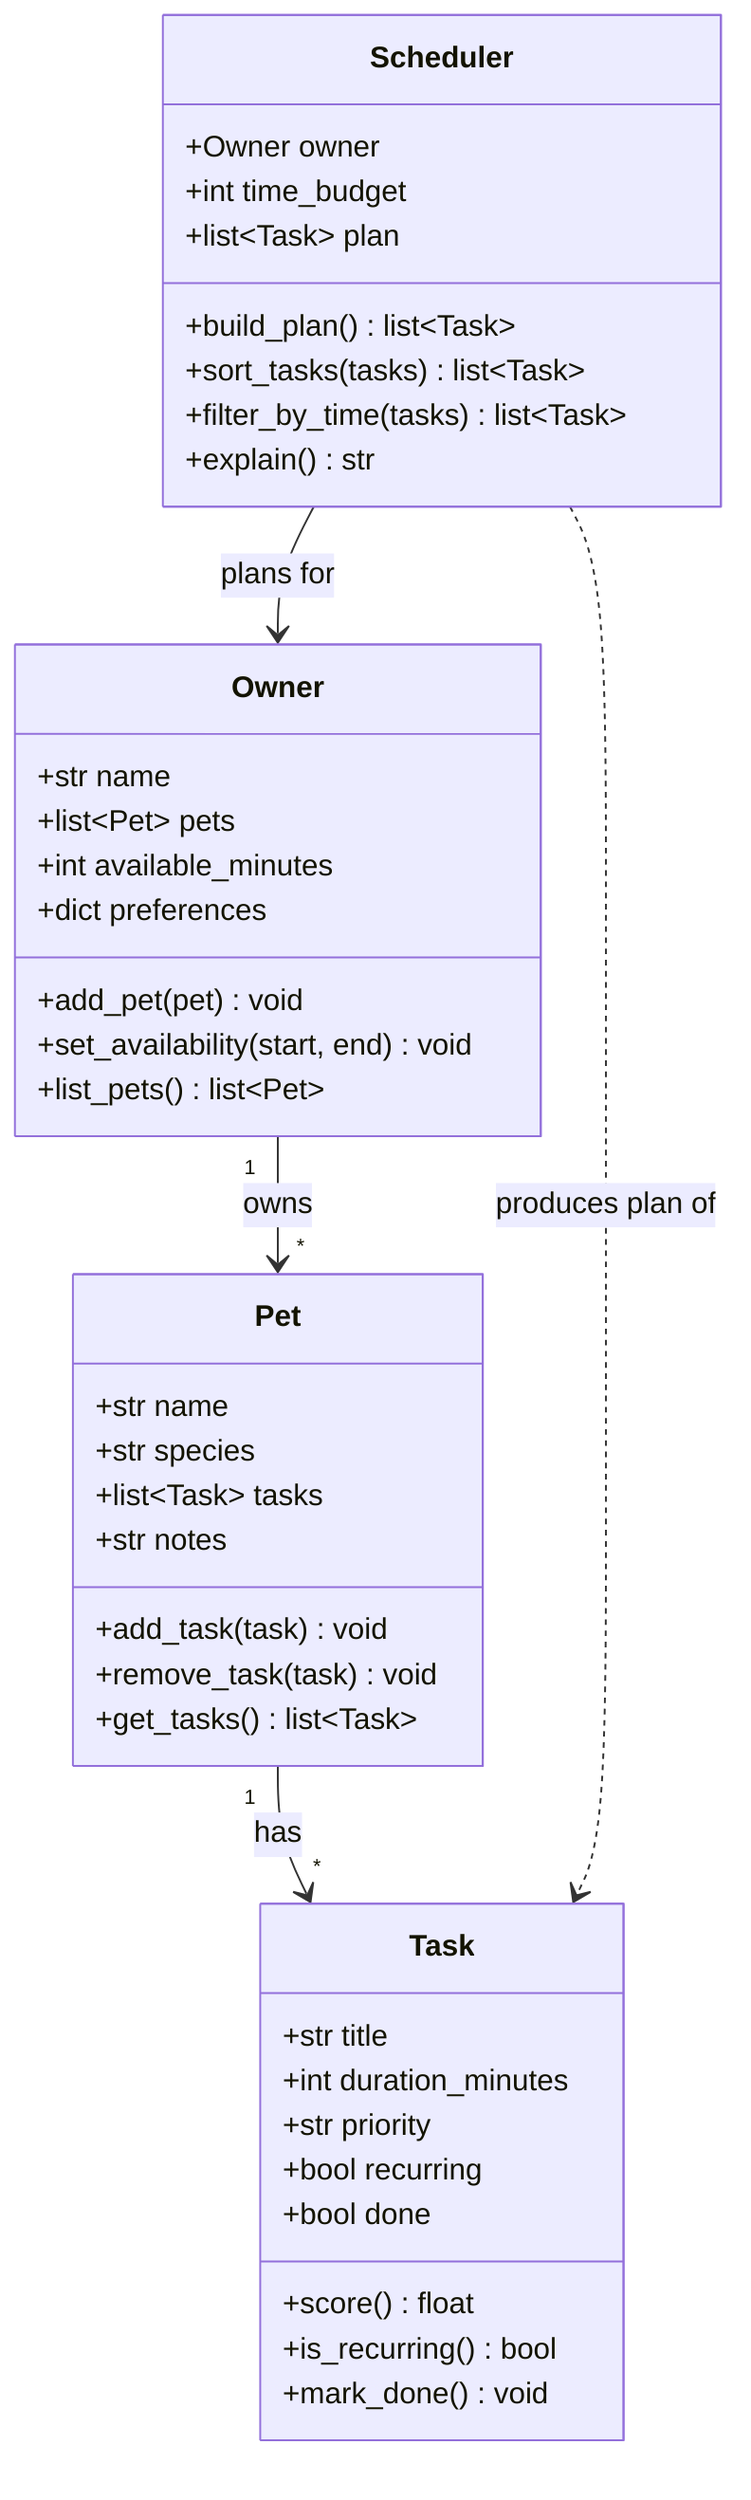
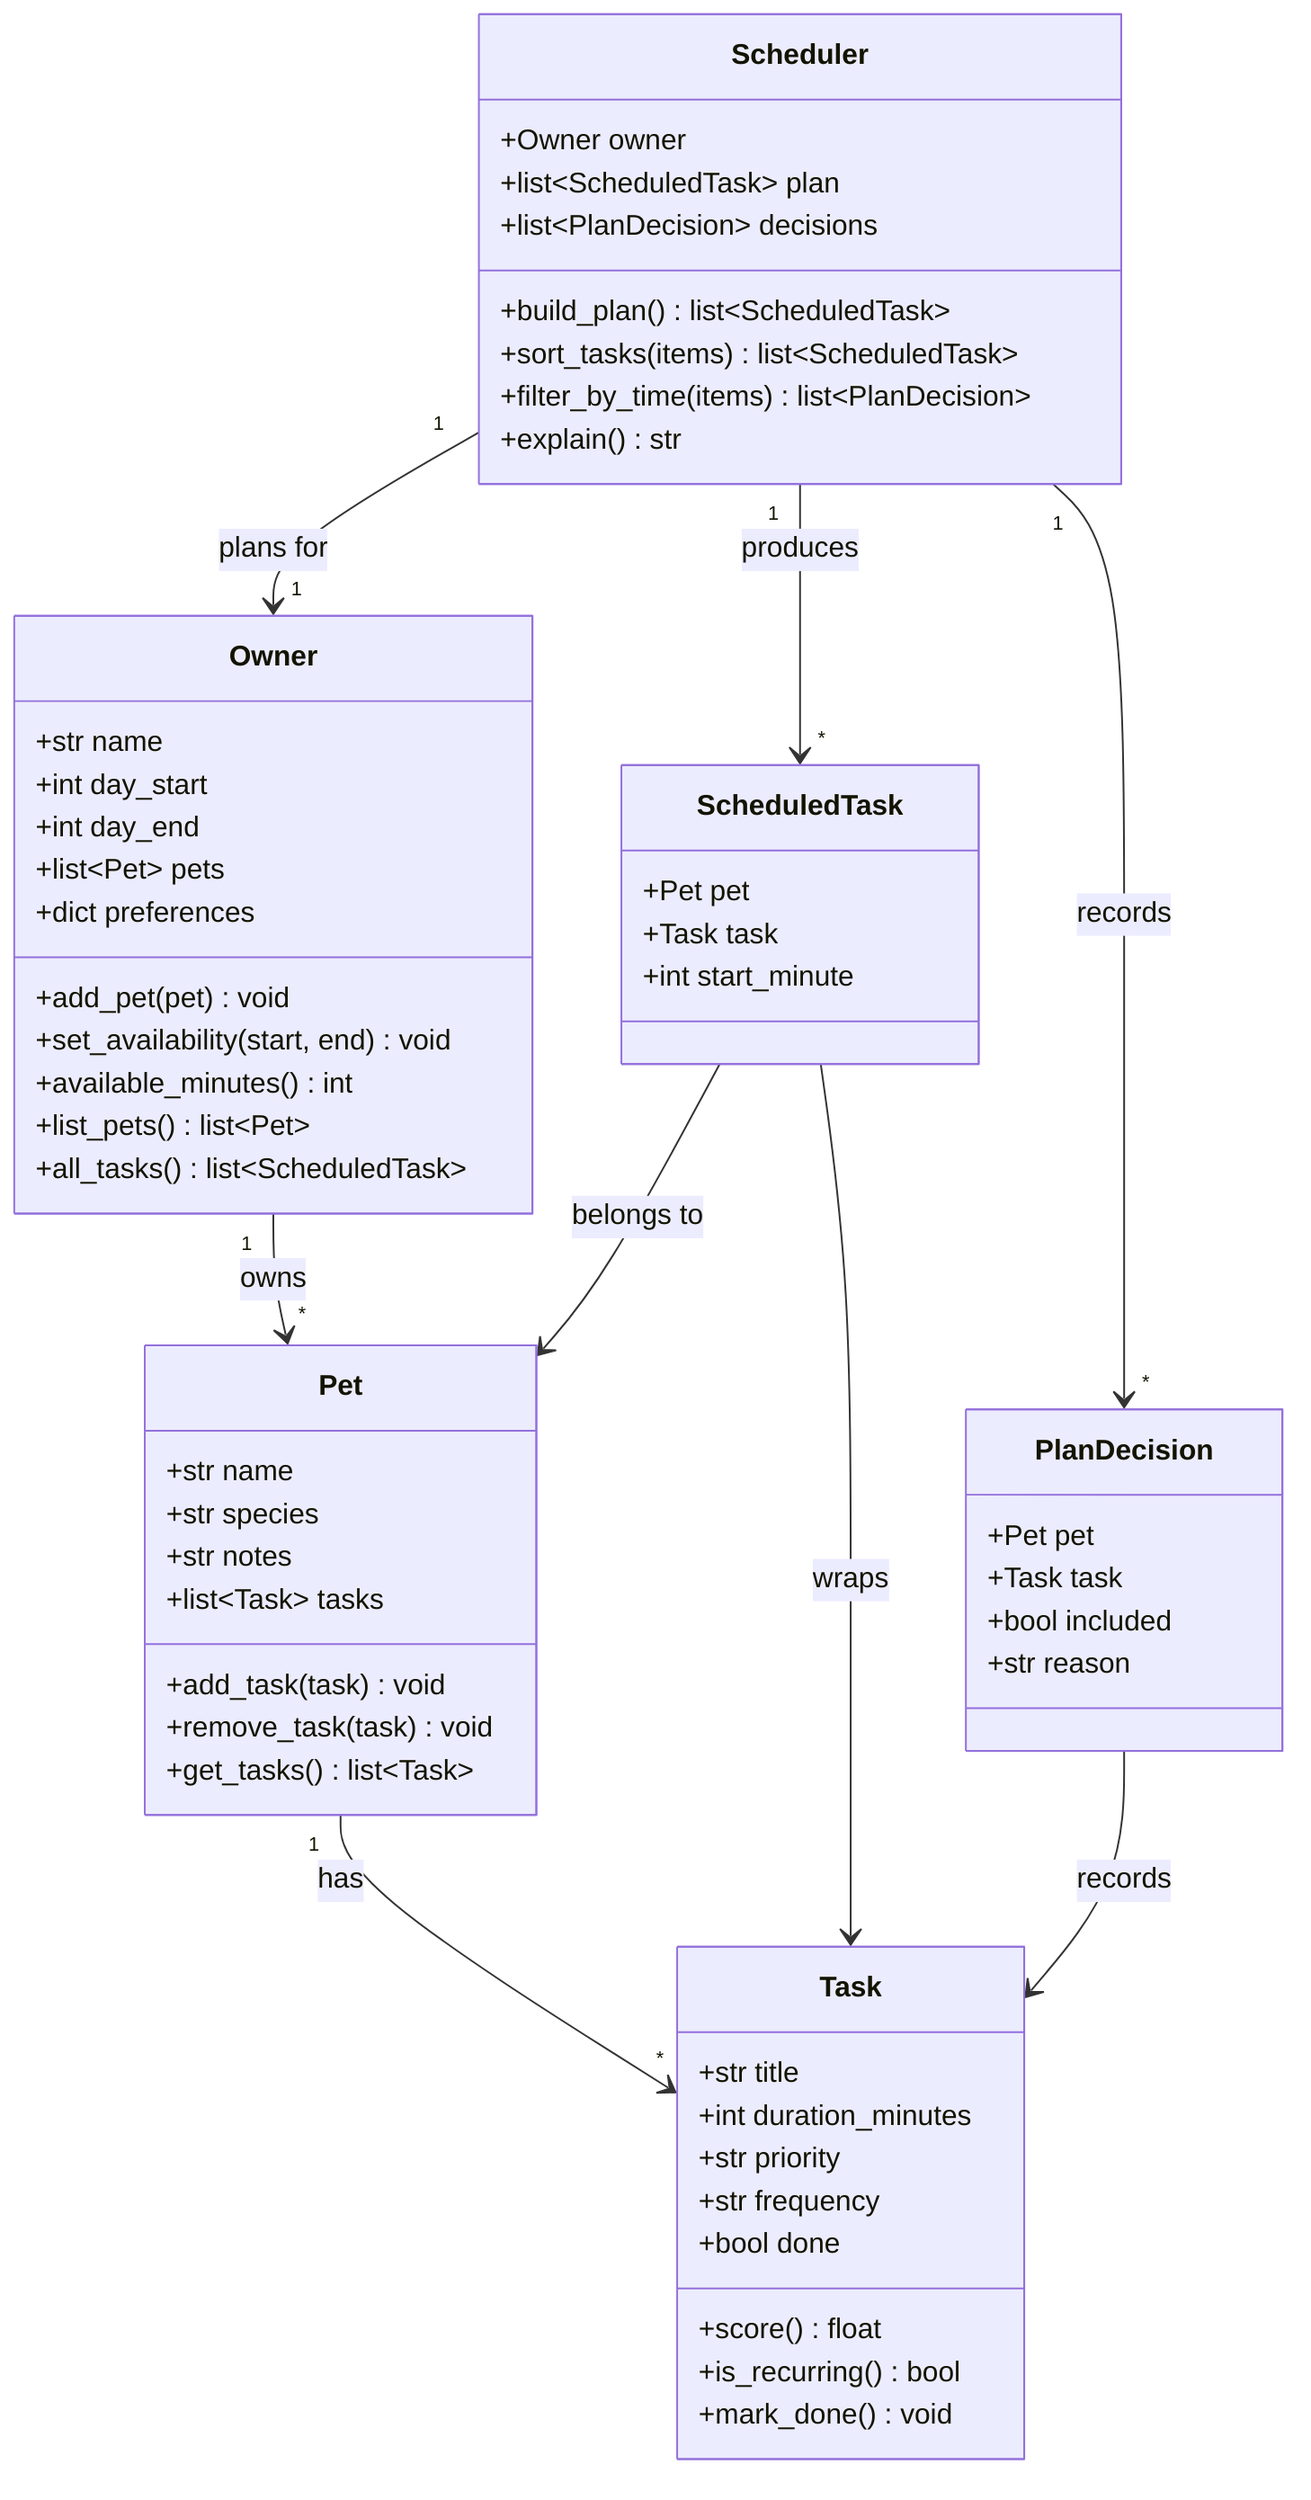
classDiagram
    %% PawPal+ — daily pet care planning assistant
+     %% Times are stored as minutes-since-midnight ints (e.g. 8:00 -> 480) to keep math simple.
    %% Keep this file updated so it matches your final implementation.

    class Owner {
        +str name
+         +int day_start
+         +int day_end
        +list~Pet~ pets
-         +int available_minutes
        +dict preferences
        +add_pet(pet) void
        +set_availability(start, end) void
+         +available_minutes() int
        +list_pets() list~Pet~
+         +all_tasks() list~ScheduledTask~
    }

    class Pet {
        +str name
        +str species
+         +str notes
        +list~Task~ tasks
-         +str notes
        +add_task(task) void
        +remove_task(task) void
        +get_tasks() list~Task~
    }

    class Task {
        +str title
        +int duration_minutes
        +str priority
-         +bool recurring
+         +str frequency
        +bool done
        +score() float
        +is_recurring() bool
        +mark_done() void
    }

+     class ScheduledTask {
+         +Pet pet
+         +Task task
+         +int start_minute
+     }
+ 
+     class PlanDecision {
+         +Pet pet
+         +Task task
+         +bool included
+         +str reason
+     }
+ 
    class Scheduler {
        +Owner owner
-         +int time_budget
-         +list~Task~ plan
-         +build_plan() list~Task~
-         +sort_tasks(tasks) list~Task~
-         +filter_by_time(tasks) list~Task~
+         +list~ScheduledTask~ plan
+         +list~PlanDecision~ decisions
+         +build_plan() list~ScheduledTask~
+         +sort_tasks(items) list~ScheduledTask~
+         +filter_by_time(items) list~PlanDecision~
        +explain() str
    }

    Owner "1" --> "*" Pet : owns
    Pet "1" --> "*" Task : has
-     Scheduler --> Owner : plans for
-     Scheduler ..> Task : produces plan of
+     Scheduler "1" --> "1" Owner : plans for
+     ScheduledTask --> Pet : belongs to
+     ScheduledTask --> Task : wraps
+     PlanDecision --> Task : records
+     Scheduler "1" --> "*" ScheduledTask : produces
+     Scheduler "1" --> "*" PlanDecision : records
